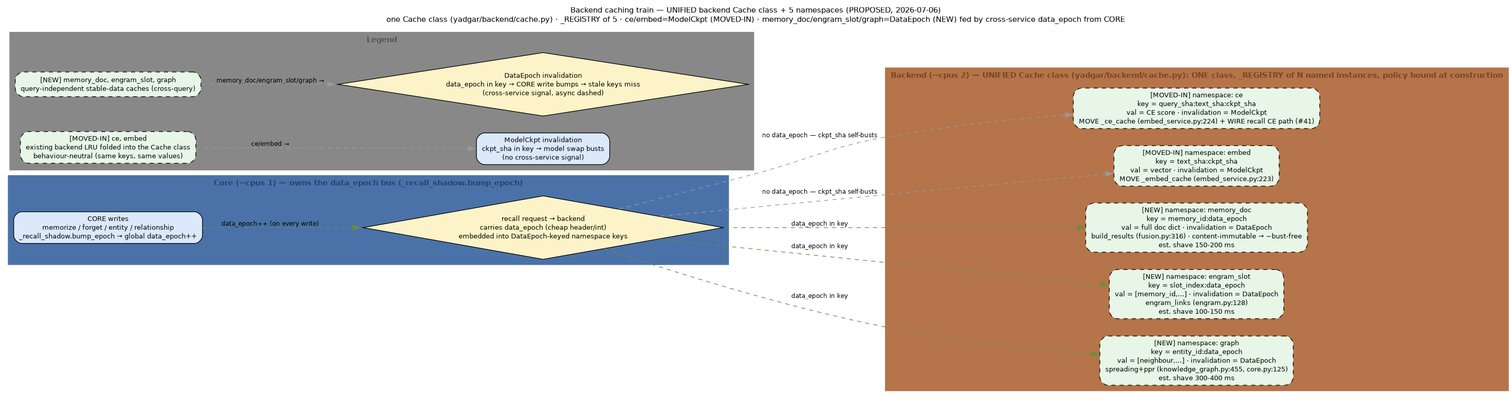
Above: docs/diagrams/out/backend-cache-unified-2026-07-06-1230.png in m-agahi/yadgar (Graphviz), before the change. Its source is kept beside it as docs/diagrams/out/backend-cache-unified-2026-07-06-1230.dot.
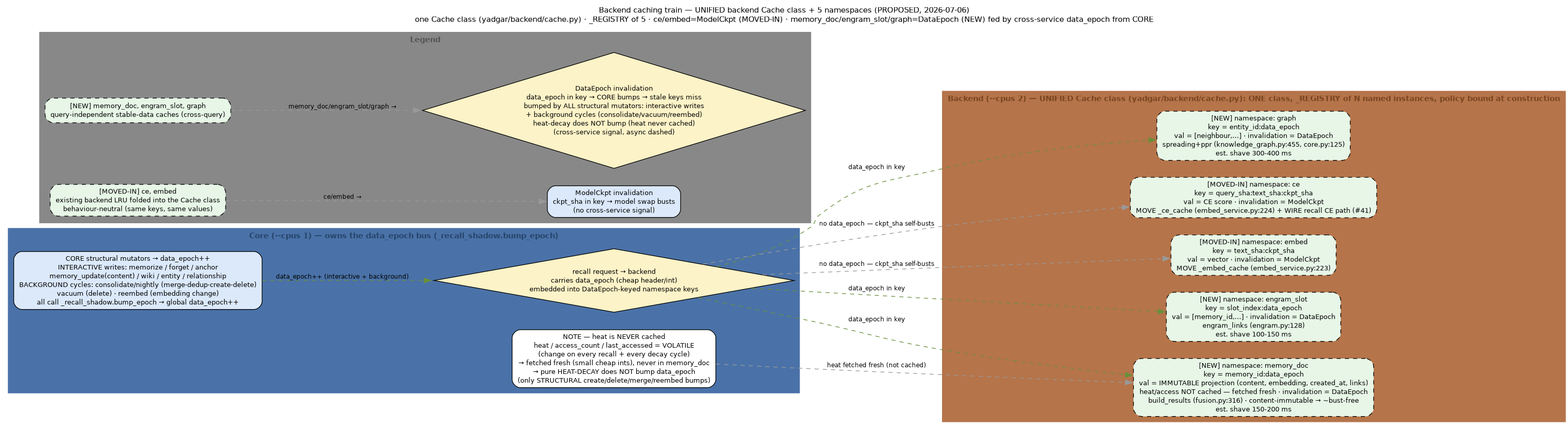
The same file after the commit.

Commit message:
docs(diagrams): backend-cache data_epoch bumped by ALL structural mutators (interactive + background consolidate/vacuum/reembed) + heat-never-cached note

What changed in the source:
```diff
@@ -16,8 +16,9 @@
     color="#4a72a8";
     fontcolor="#26456b";
     fontname="Helvetica-Bold";
-    "writes" [shape="box", style="rounded,filled", fillcolor="#dbe9fb", label="CORE writes\nmemorize / forget / entity / relationship\n_recall_shadow.bump_epoch → global data_epoch++"];
+    "writes" [shape="box", style="rounded,filled", fillcolor="#dbe9fb", label="CORE structural mutators → data_epoch++\nINTERACTIVE writes: memorize / forget / anchor\nmemory_update(content) / wiki / entity / relationship\nBACKGROUND cycles: consolidate/nightly (merge·dedup·create·delete)\nvacuum (delete) · reembed (embedding change)\nall call _recall_shadow.bump_epoch → global data_epoch++"];
     "recallreq" [shape="diamond", style="filled", fillcolor="#fdf3c8", label="recall request → backend\ncarries data_epoch (cheap header/int)\nembedded into DataEpoch-keyed namespace keys"];
+    "heatnote" [shape="box", style="rounded,filled", fillcolor="#ffffff", label="NOTE — heat is NEVER cached\nheat / access_count / last_accessed = VOLATILE\n(change on every recall + every decay cycle)\n→ fetched fresh (small cheap ints), never in memory_doc\n→ pure HEAT-DECAY does NOT bump data_epoch\n(only STRUCTURAL create/delete/merge/reembed bumps)"];
   }
   subgraph "cluster_backend" {
     label="Backend (--cpus 2) — UNIFIED Cache class (yadgar/backend/cache.py): ONE class, _REGISTRY of N named instances, policy bound at construction";
@@ -28,7 +29,7 @@
     fontname="Helvetica-Bold";
     "ns_ce" [shape="box", style="rounded,filled,dashed", fillcolor="#e7f6e7", label="[MOVED-IN] namespace: ce\nkey = query_sha:text_sha:ckpt_sha\nval = CE score · invalidation = ModelCkpt\nMOVE _ce_cache (embed_service.py:224) + WIRE recall CE path (#41)"];
     "ns_embed" [shape="box", style="rounded,filled,dashed", fillcolor="#e7f6e7", label="[MOVED-IN] namespace: embed\nkey = text_sha:ckpt_sha\nval = vector · invalidation = ModelCkpt\nMOVE _embed_cache (embed_service.py:223)"];
-    "ns_mdoc" [shape="box", style="rounded,filled,dashed", fillcolor="#e7f6e7", label="[NEW] namespace: memory_doc\nkey = memory_id:data_epoch\nval = full doc dict · invalidation = DataEpoch\nbuild_results (fusion.py:316) · content-immutable → ~bust-free\nest. shave 150-200 ms"];
+    "ns_mdoc" [shape="box", style="rounded,filled,dashed", fillcolor="#e7f6e7", label="[NEW] namespace: memory_doc\nkey = memory_id:data_epoch\nval = IMMUTABLE projection (content, embedding, created_at, links)\nheat/access NOT cached — fetched fresh · invalidation = DataEpoch\nbuild_results (fusion.py:316) · content-immutable → ~bust-free\nest. shave 150-200 ms"];
     "ns_slot" [shape="box", style="rounded,filled,dashed", fillcolor="#e7f6e7", label="[NEW] namespace: engram_slot\nkey = slot_index:data_epoch\nval = [memory_id,…] · invalidation = DataEpoch\nengram_links (engram.py:128)\nest. shave 100-150 ms"];
     "ns_graph" [shape="box", style="rounded,filled,dashed", fillcolor="#e7f6e7", label="[NEW] namespace: graph\nkey = entity_id:data_epoch\nval = [neighbour,…] · invalidation = DataEpoch\nspreading+ppr (knowledge_graph.py:455, core.py:125)\nest. shave 300-400 ms"];
   }
@@ -42,9 +43,10 @@
     "leg_moved" [shape="box", style="rounded,filled,dashed", fillcolor="#e7f6e7", label="[MOVED-IN] ce, embed\nexisting backend LRU folded into the Cache class\nbehaviour-neutral (same keys, same values)"];
     "leg_new" [shape="box", style="rounded,filled,dashed", fillcolor="#e7f6e7", label="[NEW] memory_doc, engram_slot, graph\nquery-independent stable-data caches (cross-query)"];
     "leg_ckpt" [shape="box", style="rounded,filled", fillcolor="#dbe9fb", label="ModelCkpt invalidation\nckpt_sha in key → model swap busts\n(no cross-service signal)"];
-    "leg_epoch" [shape="diamond", style="filled", fillcolor="#fdf3c8", label="DataEpoch invalidation\ndata_epoch in key → CORE write bumps → stale keys miss\n(cross-service signal, async dashed)"];
+    "leg_epoch" [shape="diamond", style="filled", fillcolor="#fdf3c8", label="DataEpoch invalidation\ndata_epoch in key → CORE bumps → stale keys miss\nbumped by ALL structural mutators: interactive writes\n+ background cycles (consolidate/vacuum/reembed)\nheat-decay does NOT bump (heat never cached)\n(cross-service signal, async dashed)"];
   }
-  "writes" -> "recallreq" [color="#6a8f3a", style="dashed", label="data_epoch++ (on every write)"];
+  "writes" -> "recallreq" [color="#6a8f3a", style="dashed", label="data_epoch++ (interactive + background)"];
+  "heatnote" -> "ns_mdoc" [color="#999999", style="dashed", label="heat fetched fresh (not cached)"];
   "recallreq" -> "ns_mdoc" [color="#6a8f3a", style="dashed", label="data_epoch in key"];
   "recallreq" -> "ns_slot" [color="#6a8f3a", style="dashed", label="data_epoch in key"];
   "recallreq" -> "ns_graph" [color="#6a8f3a", style="dashed", label="data_epoch in key"];
```
